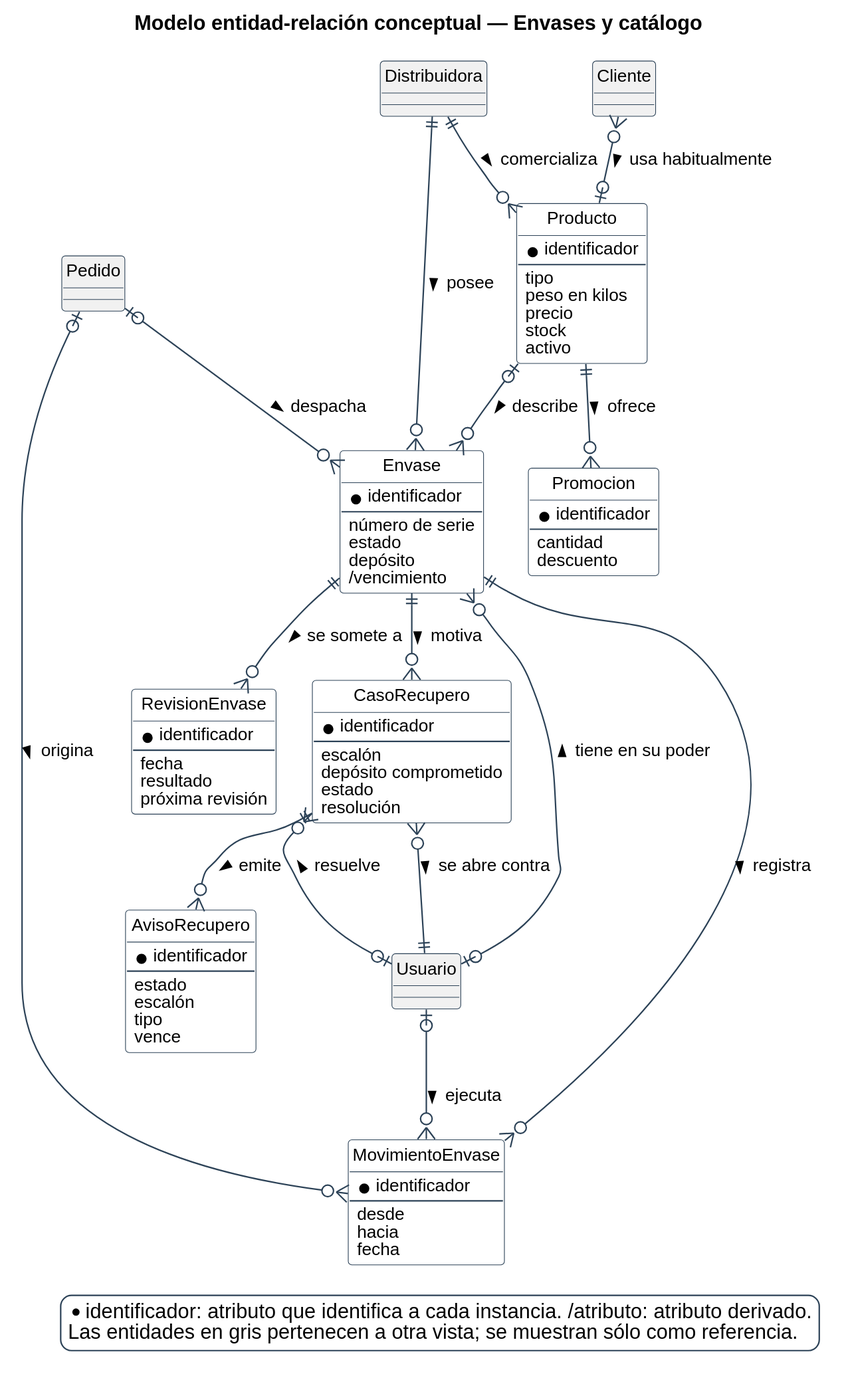
Earlier version of the PlantUML export diagramas/base-de-datos/conceptual/SPLG-der-05-envases-y-catalogo.svg (Nahuelito-Dev/splg-docs).
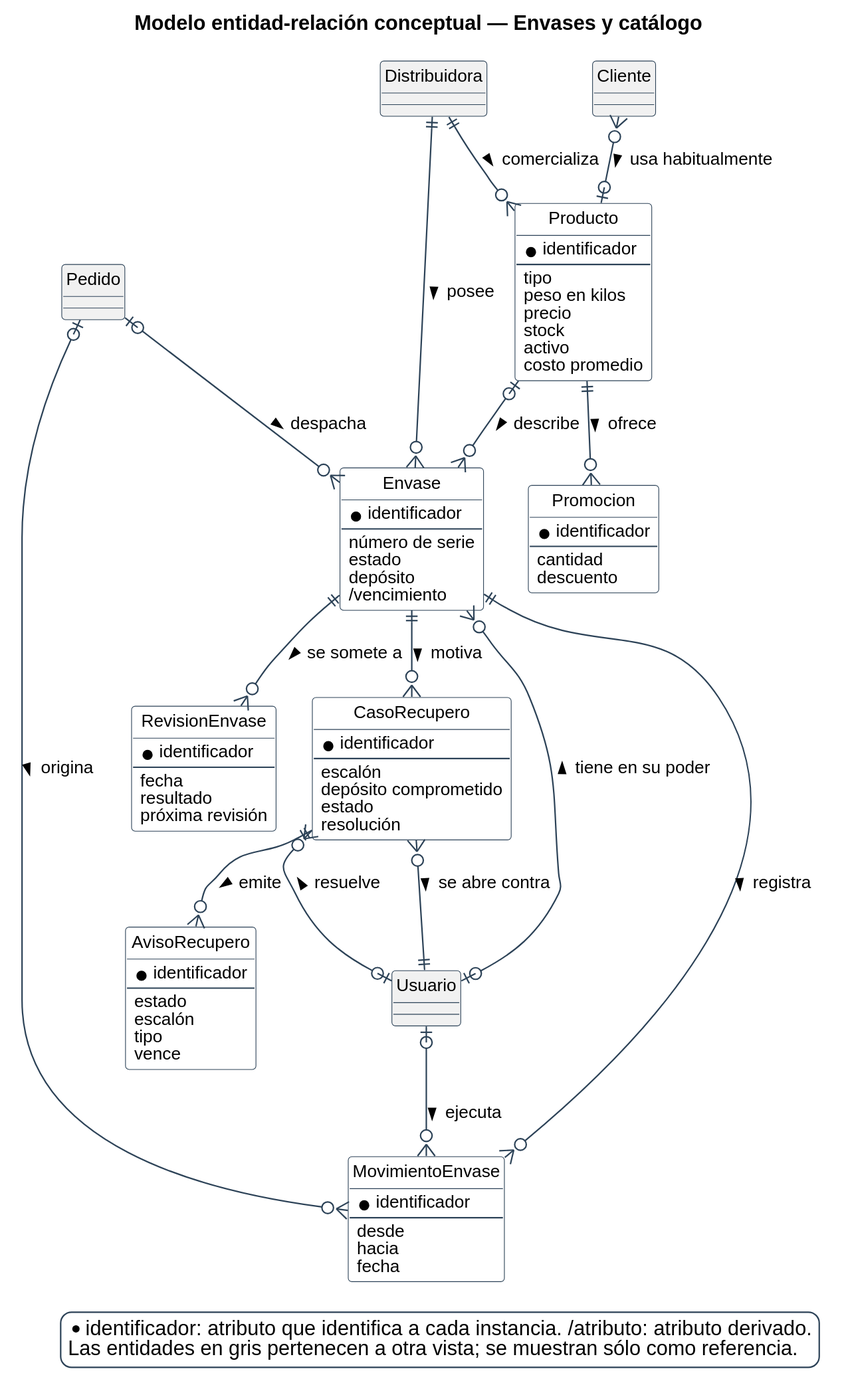
Later version of the same file.

Diff of the diagram source:
```diff
@@ -20,6 +20,10 @@
   BorderColor #1F5E8C
   BackgroundColor #E4EDF4
 }
+skinparam entity<<propuesto>> {
+  BorderColor #1F5E8C
+  BackgroundColor #E4EDF4
+}
 skinparam legendBackgroundColor #FFFFFF
 skinparam legendBorderColor #2C4257
 
@@ -36,6 +40,7 @@
   {field} precio
   {field} stock
   {field} activo
+  {field} costo promedio
 }
 entity Promocion {
   * identificador
```
